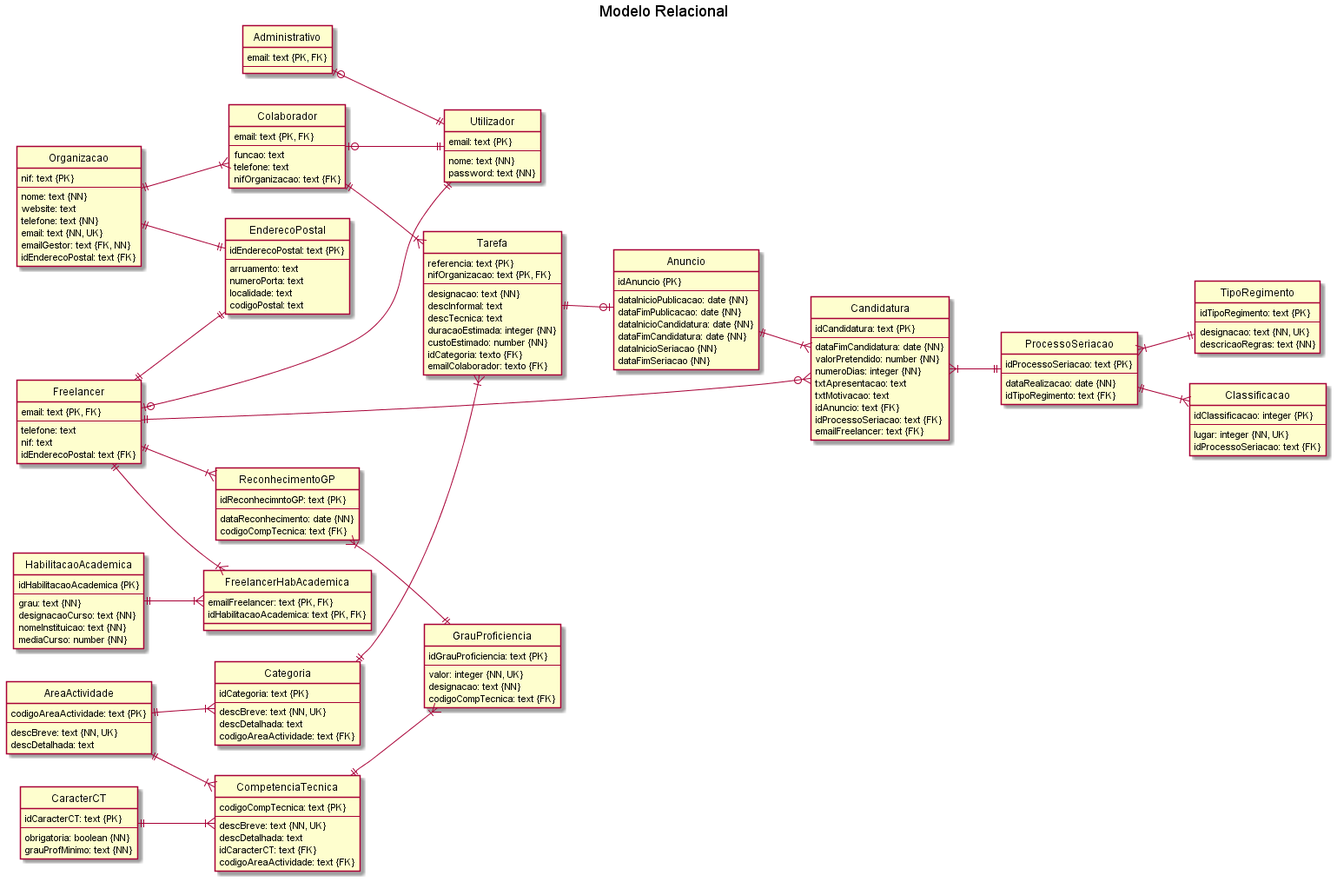
Before: Documentação/Sprint 3/Base de Dados/Modelo_Relacional.png, a diagram exported from PlantUML (blestonbandeiraUPSKILL/upskill_java1_labprg_grupo2).
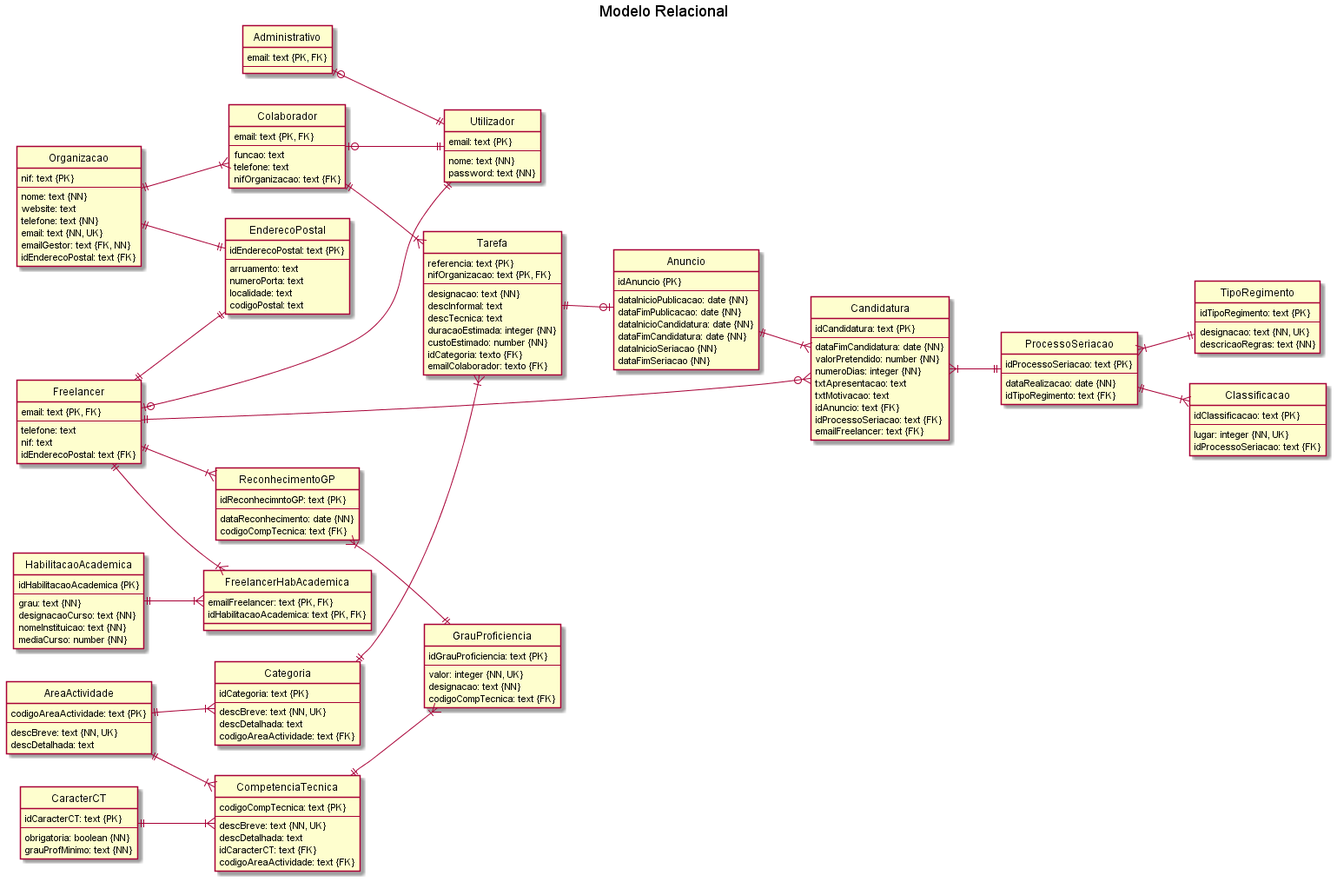
After the change.

The edit, as a diff of the source:
```diff
@@ -124,7 +124,7 @@
 }
 
 entity "Classificacao" {
-    idClassificacao: integer {PK}
+    idClassificacao: text {PK}
     --
     lugar: integer {NN, UK}
     idProcessoSeriacao: text {FK}
```
